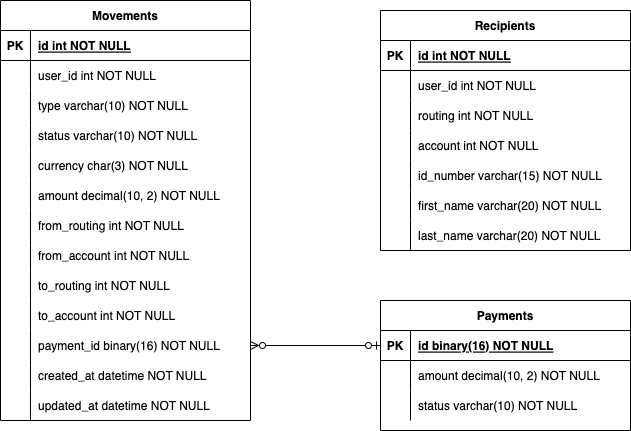
Above: docs/models.png in ariel17/ontop_challenge (draw.io), before the change. Source tidied: cells renumbered, new cells last; positions are measured from the earlier drawing's top-left corner, leaving out a move shared by most shapes.
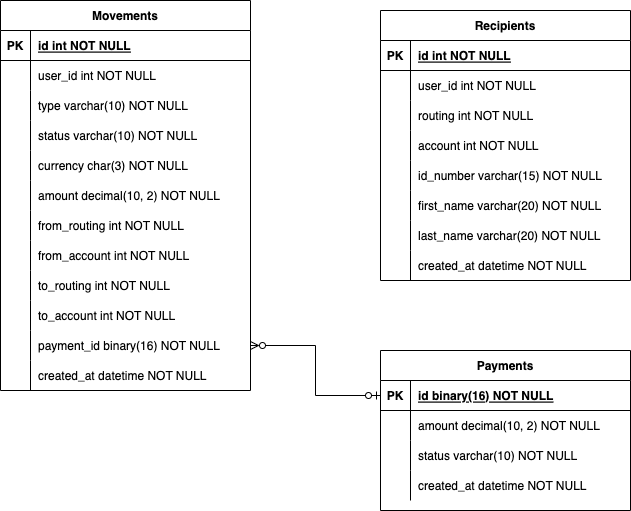
After the commit.

Commit message:
Updates models diagram.

What changed in the source:
```diff
@@ -3,7 +3,7 @@
     <mxCell id="0" />
     <mxCell id="1" parent="0" />
     <mxCell id="2" value="Movements" style="shape=table;startSize=30;rowLines=0;fontStyle=1;align=center;" parent="1" vertex="1">
-      <mxGeometry width="250" height="420" as="geometry" />
+      <mxGeometry width="250" height="390" as="geometry" />
     </mxCell>
     <mxCell id="3" style="shape=partialRectangle;fillColor=none;top=0;left=0;right=0;bottom=1;" parent="2" vertex="1">
       <mxGeometry y="30" width="250" height="30" as="geometry" />
@@ -113,17 +113,8 @@
     <mxCell id="38" value="created_at datetime NOT NULL" style="shape=partialRectangle;overflow=hidden;fillColor=none;top=0;left=0;bottom=0;right=0;align=left;spacingLeft=6;" parent="36" vertex="1">
       <mxGeometry x="30" width="220" height="30" as="geometry" />
     </mxCell>
-    <mxCell id="39" style="shape=partialRectangle;fillColor=none;top=0;left=0;right=0;bottom=0;" parent="2" vertex="1">
-      <mxGeometry y="390" width="250" height="30" as="geometry" />
-    </mxCell>
-    <mxCell id="40" style="shape=partialRectangle;overflow=hidden;fillColor=none;top=0;left=0;bottom=0;right=0;" parent="39" vertex="1">
-      <mxGeometry width="30" height="30" as="geometry" />
-    </mxCell>
-    <mxCell id="41" value="updated_at datetime NOT NULL" style="shape=partialRectangle;overflow=hidden;fillColor=none;top=0;left=0;bottom=0;right=0;align=left;spacingLeft=6;" parent="39" vertex="1">
-      <mxGeometry x="30" width="220" height="30" as="geometry" />
-    </mxCell>
     <mxCell id="42" value="Payments" style="shape=table;startSize=30;rowLines=0;fontStyle=1;align=center;" parent="1" vertex="1">
-      <mxGeometry x="380" y="300" width="250" height="130" as="geometry" />
+      <mxGeometry x="380" y="350" width="250" height="160" as="geometry" />
     </mxCell>
     <mxCell id="43" style="shape=partialRectangle;fillColor=none;points=[[0,0.5],[1,0.5]];portConstraint=eastwest;top=0;left=0;right=0;bottom=1;" parent="42" vertex="1">
       <mxGeometry y="30" width="250" height="30" as="geometry" />
@@ -152,8 +143,17 @@
     <mxCell id="51" value="status varchar(10) NOT NULL" style="shape=partialRectangle;overflow=hidden;fillColor=none;top=0;left=0;bottom=0;right=0;align=left;spacingLeft=6;" parent="49" vertex="1">
       <mxGeometry x="30" width="220" height="30" as="geometry" />
     </mxCell>
+    <mxCell id="75" style="shape=partialRectangle;fillColor=none;top=0;left=0;right=0;bottom=0;" parent="42" vertex="1">
+      <mxGeometry y="120" width="250" height="30" as="geometry" />
+    </mxCell>
+    <mxCell id="76" style="shape=partialRectangle;overflow=hidden;fillColor=none;top=0;left=0;bottom=0;right=0;" parent="75" vertex="1">
+      <mxGeometry width="30" height="30" as="geometry" />
+    </mxCell>
+    <mxCell id="77" value="created_at datetime NOT NULL" style="shape=partialRectangle;overflow=hidden;fillColor=none;top=0;left=0;bottom=0;right=0;align=left;spacingLeft=6;" parent="75" vertex="1">
+      <mxGeometry x="30" width="220" height="30" as="geometry" />
+    </mxCell>
     <mxCell id="52" value="Recipients" style="shape=table;startSize=30;rowLines=0;fontStyle=1;align=center;" parent="1" vertex="1">
-      <mxGeometry x="380" y="10" width="250" height="240" as="geometry" />
+      <mxGeometry x="380" y="10" width="250" height="270" as="geometry" />
     </mxCell>
     <mxCell id="53" style="shape=partialRectangle;fillColor=none;top=0;left=0;right=0;bottom=1;" parent="52" vertex="1">
       <mxGeometry y="30" width="250" height="30" as="geometry" />
@@ -218,6 +218,15 @@
     <mxCell id="73" value="last_name varchar(20) NOT NULL" style="shape=partialRectangle;overflow=hidden;fillColor=none;top=0;left=0;bottom=0;right=0;align=left;spacingLeft=6;" parent="71" vertex="1">
       <mxGeometry x="30" width="220" height="30" as="geometry" />
     </mxCell>
+    <mxCell id="78" style="shape=partialRectangle;fillColor=none;top=0;left=0;right=0;bottom=0;" parent="52" vertex="1">
+      <mxGeometry y="240" width="250" height="30" as="geometry" />
+    </mxCell>
+    <mxCell id="79" style="shape=partialRectangle;overflow=hidden;fillColor=none;top=0;left=0;bottom=0;right=0;" parent="78" vertex="1">
+      <mxGeometry width="30" height="30" as="geometry" />
+    </mxCell>
+    <mxCell id="80" value="created_at datetime NOT NULL" style="shape=partialRectangle;overflow=hidden;fillColor=none;top=0;left=0;bottom=0;right=0;align=left;spacingLeft=6;" parent="78" vertex="1">
+      <mxGeometry x="30" width="220" height="30" as="geometry" />
+    </mxCell>
     <mxCell id="74" style="edgeStyle=orthogonalEdgeStyle;rounded=0;jettySize=auto;html=1;entryX=0;entryY=0.5;entryDx=0;entryDy=0;endArrow=ERzeroToOne;endFill=0;startArrow=ERzeroToMany;startFill=0;" parent="1" edge="1" source="33" target="43">
       <mxGeometry relative="1" as="geometry" />
     </mxCell>
```
